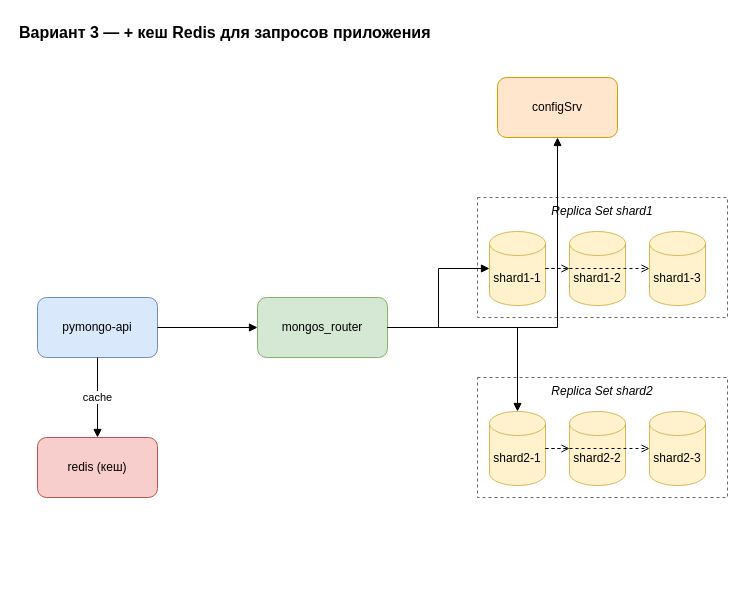
This is page "3. Кеширование" (3 of 5) of architecture.drawio from AnastasiaKon/architecture-black_friday, a draw.io file, before an edit. Source tidied: cells renumbered, new cells numbered last; positions are measured from the earlier drawing's top-left corner, leaving out a move shared by most shapes. Both pictures are drawn from the tidied source at 100%, with x=0, y=0 at pixel (17, 17).
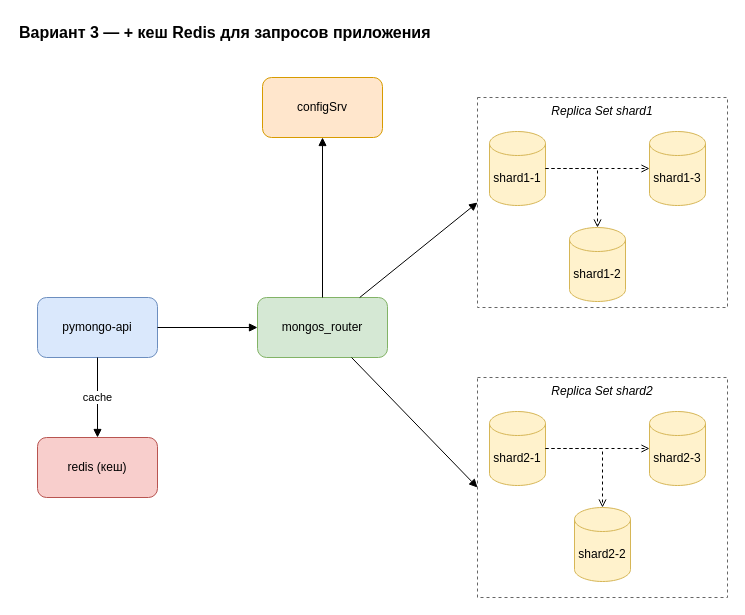
The same diagram, later.

The change refers to these unchanged cells:
```xml
<mxCell id="5" value="mongos_router" style="rounded=1;whiteSpace=wrap;html=1;fillColor=#d5e8d4;strokeColor=#82b366;" parent="1" vertex="1">
  <mxGeometry x="240" y="280" width="130" height="60" as="geometry" />
</mxCell>
<mxCell id="14" value="shard2-1" style="shape=cylinder3;whiteSpace=wrap;html=1;boundedLbl=1;backgroundOutline=1;size=12;fillColor=#fff2cc;strokeColor=#d6b656;" parent="1" vertex="1">
  <mxGeometry x="472" y="394" width="56" height="74" as="geometry" />
</mxCell>
```

Change to the diagram source:
```diff
@@
     <mxCell id="6" value="configSrv" style="rounded=1;whiteSpace=wrap;html=1;fillColor=#ffe6cc;strokeColor=#d79b00;" parent="1" vertex="1">
-      <mxGeometry x="480" y="60" width="120" height="60" as="geometry" />
+      <mxGeometry x="245" y="60" width="120" height="60" as="geometry" />
     </mxCell>
     <mxCell id="7" value="Replica Set shard1" style="rounded=0;whiteSpace=wrap;html=1;dashed=1;fillColor=none;strokeColor=#666666;verticalAlign=top;fontStyle=2;" parent="1" vertex="1">
-      <mxGeometry x="460" y="180" width="250" height="120" as="geometry" />
+      <mxGeometry x="460" y="80" width="250" height="210" as="geometry" />
     </mxCell>
     <mxCell id="8" value="shard1-1" style="shape=cylinder3;whiteSpace=wrap;html=1;boundedLbl=1;backgroundOutline=1;size=12;fillColor=#fff2cc;strokeColor=#d6b656;" parent="1" vertex="1">
-      <mxGeometry x="472" y="214" width="56" height="74" as="geometry" />
+      <mxGeometry x="472" y="114" width="56" height="74" as="geometry" />
     </mxCell>
     <mxCell id="9" value="shard1-2" style="shape=cylinder3;whiteSpace=wrap;html=1;boundedLbl=1;backgroundOutline=1;size=12;fillColor=#fff2cc;strokeColor=#d6b656;" parent="1" vertex="1">
-      <mxGeometry x="552" y="214" width="56" height="74" as="geometry" />
+      <mxGeometry x="552" y="210" width="56" height="74" as="geometry" />
     </mxCell>
     <mxCell id="10" value="shard1-3" style="shape=cylinder3;whiteSpace=wrap;html=1;boundedLbl=1;backgroundOutline=1;size=12;fillColor=#fff2cc;strokeColor=#d6b656;" parent="1" vertex="1">
-      <mxGeometry x="632" y="214" width="56" height="74" as="geometry" />
+      <mxGeometry x="632" y="114" width="56" height="74" as="geometry" />
     </mxCell>
@@
     <mxCell id="13" value="Replica Set shard2" style="rounded=0;whiteSpace=wrap;html=1;dashed=1;fillColor=none;strokeColor=#666666;verticalAlign=top;fontStyle=2;" parent="1" vertex="1">
-      <mxGeometry x="460" y="360" width="250" height="120" as="geometry" />
+      <mxGeometry x="460" y="360" width="250" height="220" as="geometry" />
     </mxCell>
@@
     <mxCell id="15" value="shard2-2" style="shape=cylinder3;whiteSpace=wrap;html=1;boundedLbl=1;backgroundOutline=1;size=12;fillColor=#fff2cc;strokeColor=#d6b656;" parent="1" vertex="1">
-      <mxGeometry x="552" y="394" width="56" height="74" as="geometry" />
+      <mxGeometry x="557" y="490" width="56" height="74" as="geometry" />
     </mxCell>
@@
-    <mxCell id="22" style="edgeStyle=orthogonalEdgeStyle;rounded=0;html=1;endArrow=block;" parent="1" edge="1" source="5" target="8">
+    <mxCell id="22" style="rounded=0;html=1;endArrow=block;entryX=0;entryY=0.5;entryDx=0;entryDy=0;" parent="1" edge="1" source="5" target="7">
       <mxGeometry relative="1" as="geometry" />
     </mxCell>
-    <mxCell id="23" style="edgeStyle=orthogonalEdgeStyle;rounded=0;html=1;endArrow=block;" parent="1" edge="1" source="5" target="14">
+    <mxCell id="23" style="rounded=0;html=1;endArrow=block;entryX=0;entryY=0.5;entryDx=0;entryDy=0;" parent="1" edge="1" source="5" target="13">
       <mxGeometry relative="1" as="geometry" />
     </mxCell>
```
